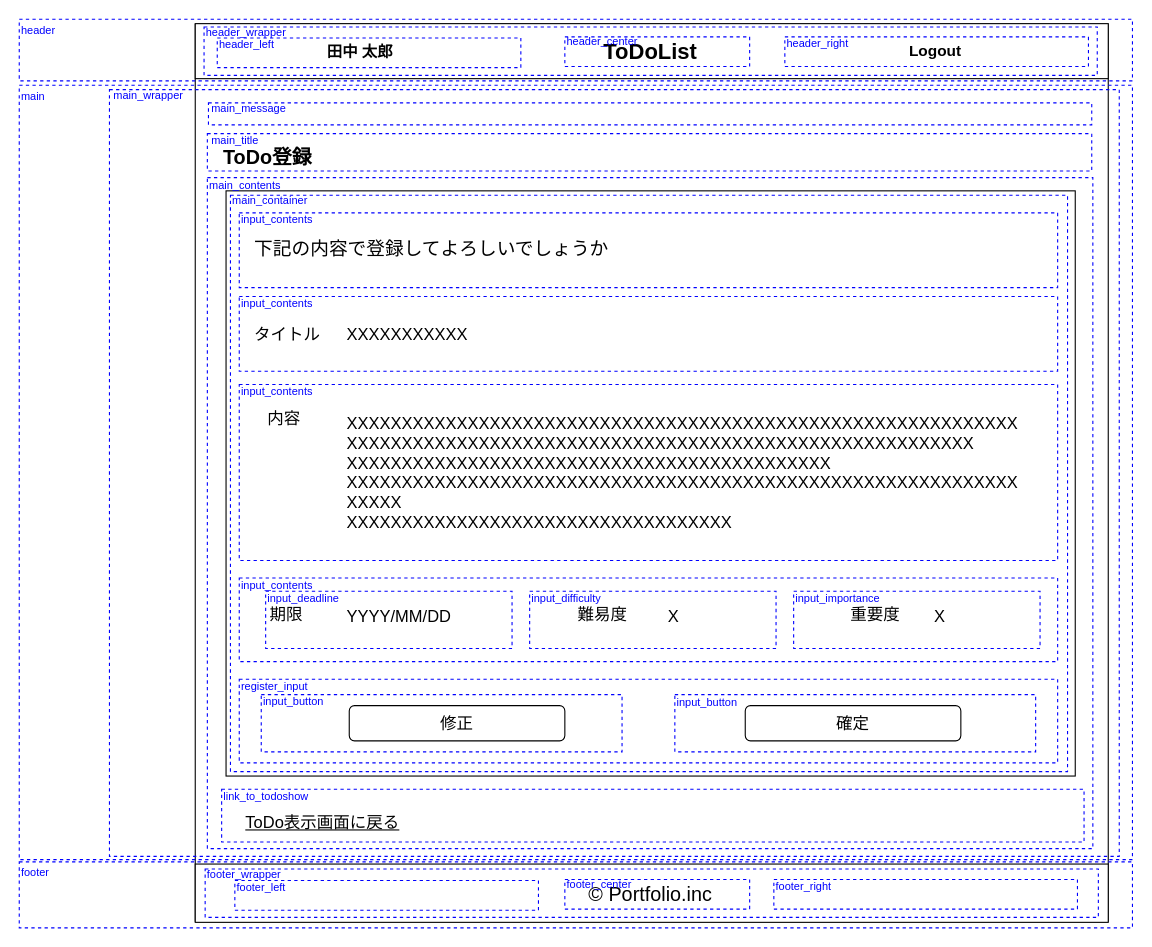
This is portfolio03/01/layout/todo_registration_confirm/portfolio03_01_todo_registration_confirm_detail.drawio from RRRYOOO/portfolio, a draw.io file, before an edit. Source tidied: cells renumbered, new cells numbered last; positions are measured from the earlier drawing's top-left corner, leaving out a move shared by most shapes. Both pictures are drawn from the tidied source at 110%, with x=0, y=0 at pixel (19, 19).
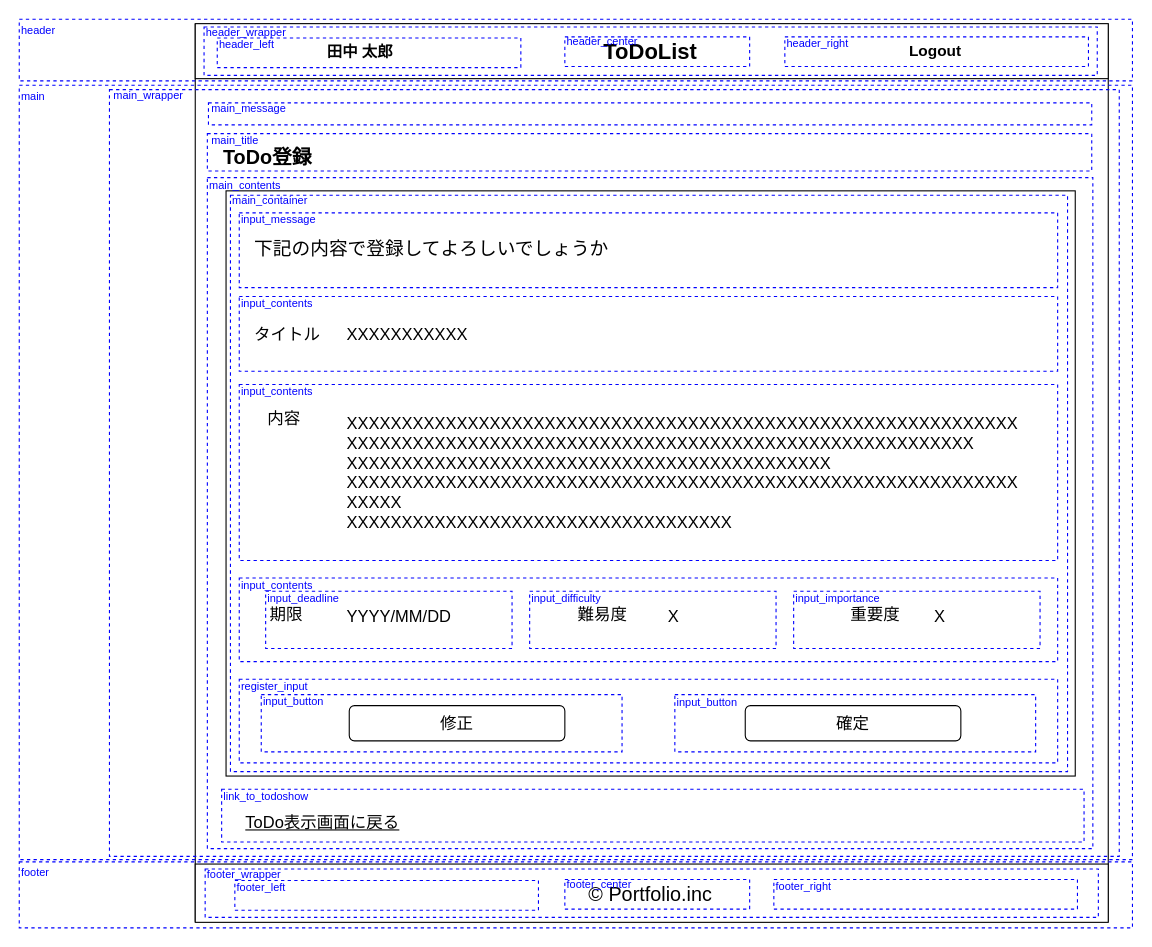
The same diagram, later.

Commit message (it also covers changes not shown here):
added the page of todo registration confirm.

Unchanged cells that the change refers to:
```xml
<mxCell id="2" style="group;" parent="1" vertex="1">
  <mxGeometry x="160" y="4" width="830" height="817" as="geometry" />
</mxCell>
```

Change to the diagram source:
```diff
@@
-    <mxCell id="29" value="input_contents" style="text;html=1;strokeColor=none;fillColor=none;align=left;verticalAlign=middle;whiteSpace=wrap;rounded=0;dashed=1;fontColor=#0000FF;fontSize=10;" parent="2" vertex="1">
+    <mxCell id="29" value="input_message" style="text;html=1;strokeColor=none;fillColor=none;align=left;verticalAlign=middle;whiteSpace=wrap;rounded=0;dashed=1;fontColor=#0000FF;fontSize=10;" parent="2" vertex="1">
       <mxGeometry x="40" y="172" width="80" height="12" as="geometry" />
     </mxCell>
```
